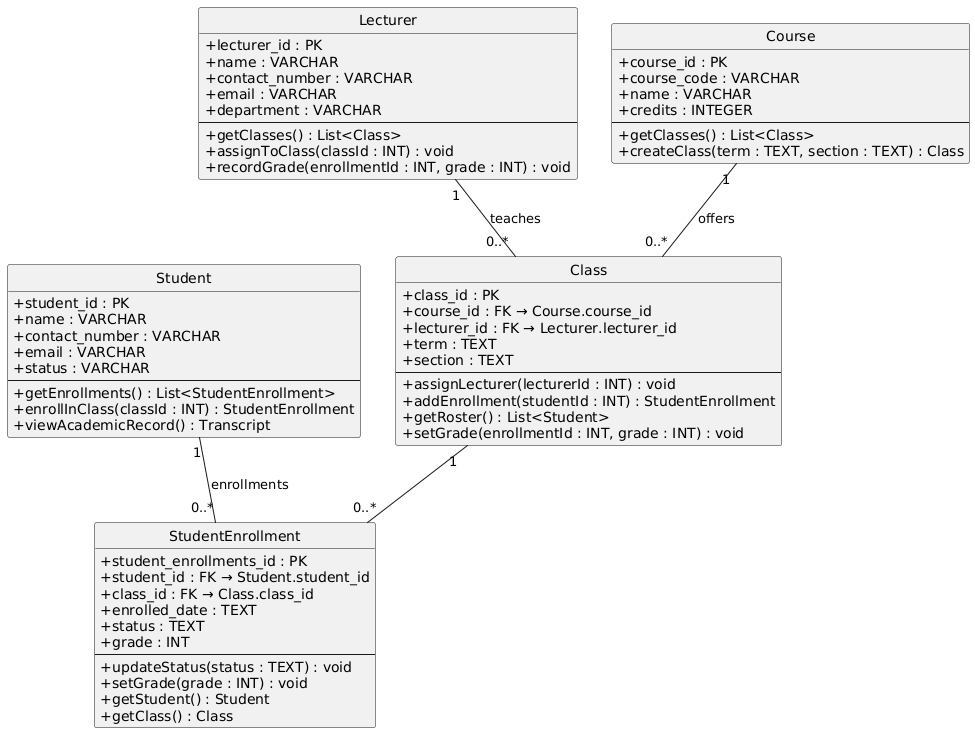
Earlier version of the PlantUML export Week4/Activity3/ClassDiagram.png (aperasmo/YOOBEE_MSE800).
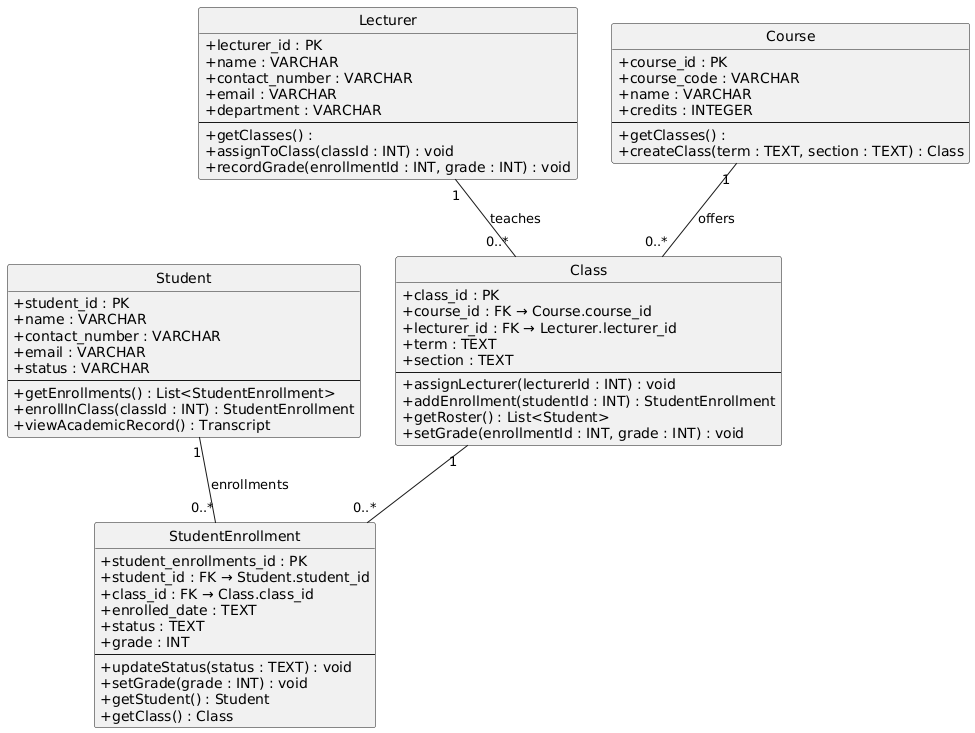
The same file after the commit.

Diff of the diagram source:
```diff
@@ -22,7 +22,7 @@
   + email : VARCHAR
   + department : VARCHAR
   --
-  + getClasses() : List<Class>
+  + getClasses() :
   + assignToClass(classId : INT) : void
   + recordGrade(enrollmentId : INT, grade : INT) : void
 }
@@ -33,7 +33,7 @@
   + name : VARCHAR
   + credits : INTEGER
   --
-  + getClasses() : List<Class>
+  + getClasses() :
   + createClass(term : TEXT, section : TEXT) : Class
 }
 
```
